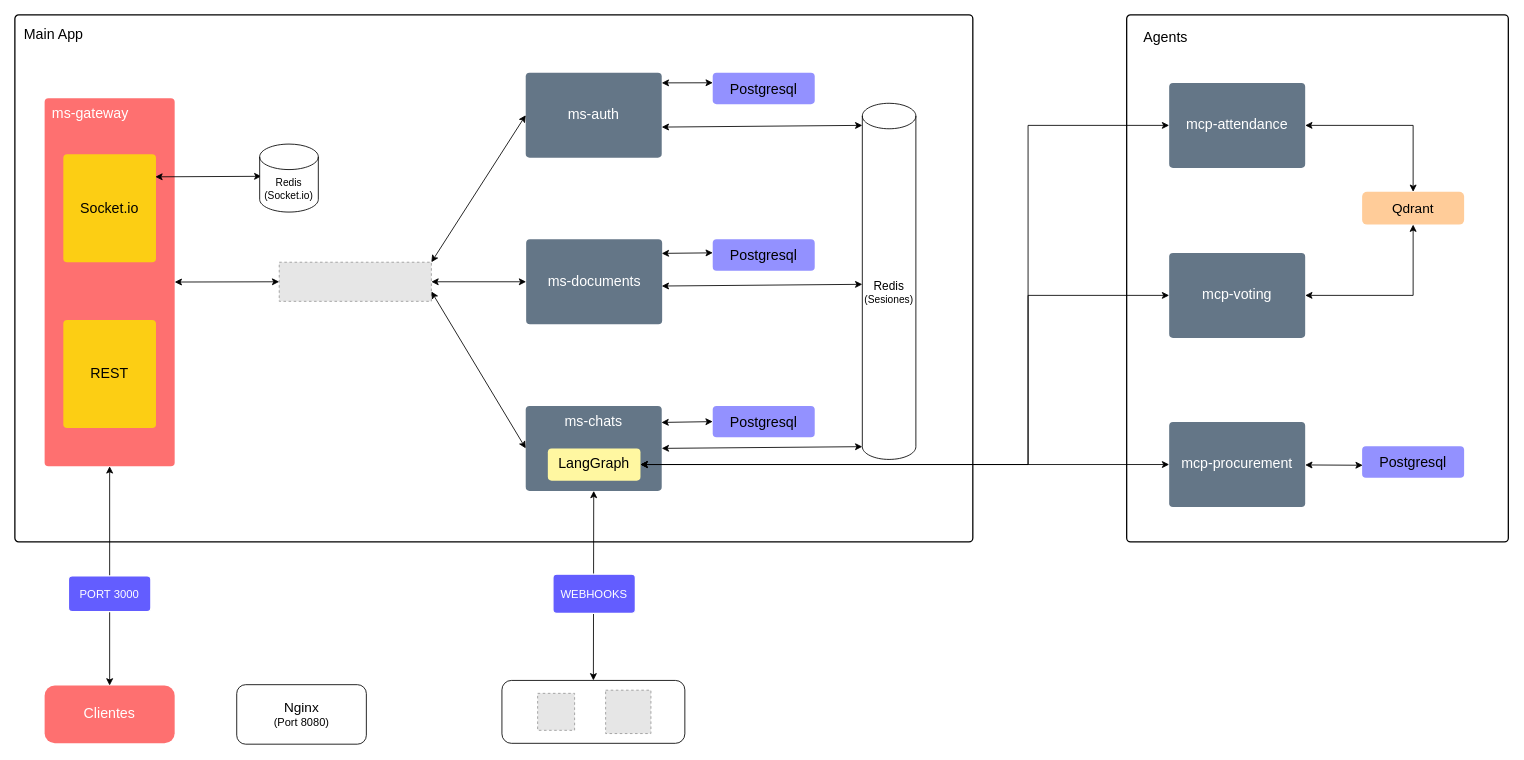
Above: others/architecture/z_redis.drawio in NahumFGz/tesismaestriauni-launcher (draw.io), before the change. Source tidied: cells renumbered, new cells numbered last; positions are measured from the earlier drawing's top-left corner, leaving out a move shared by most shapes. Both pictures are drawn from the tidied source at 85%, with x=0, y=0 at pixel (14, 14). Pictures stored in the file or linked from it are replaced by grey dashed boxes.
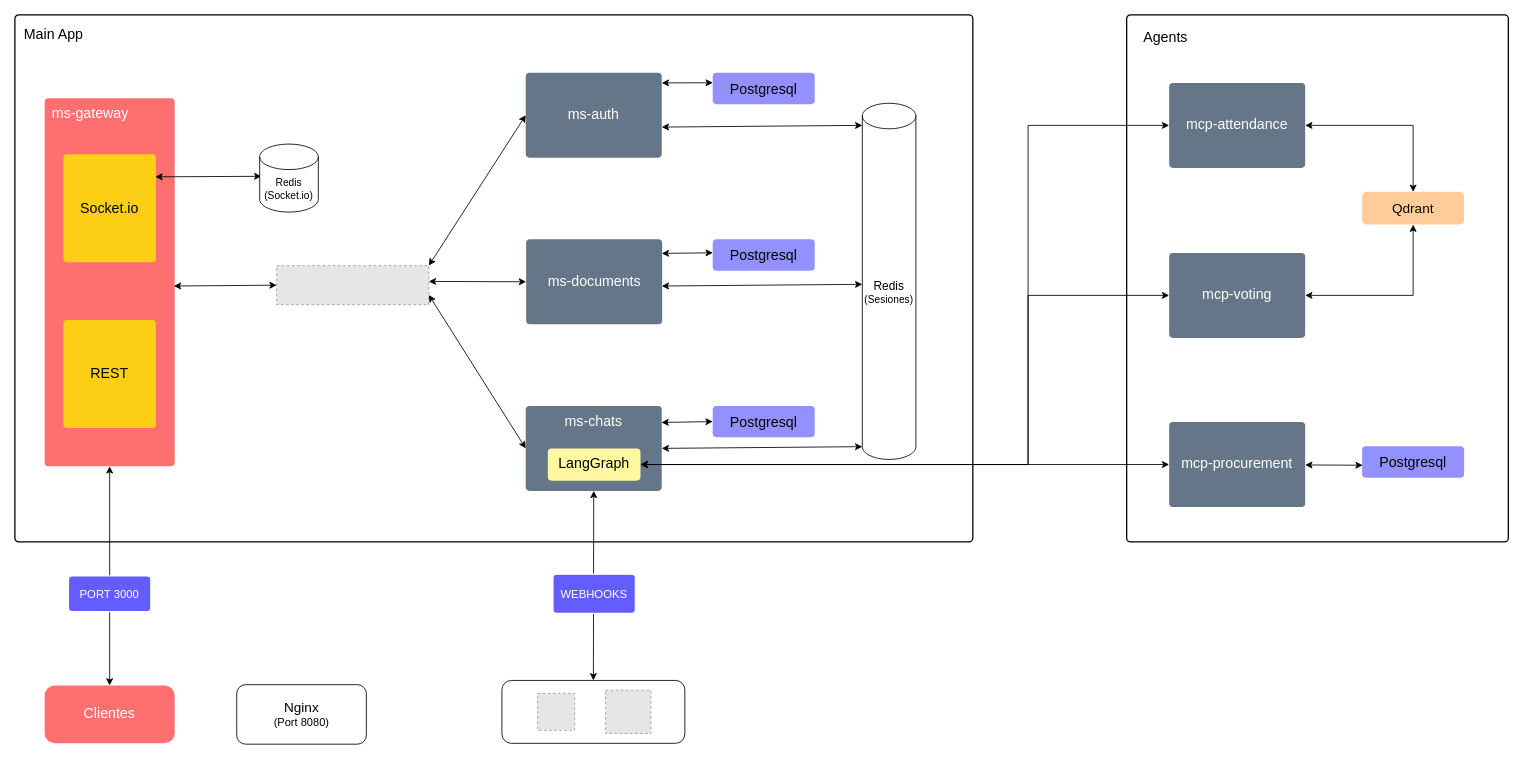
Above is the later version.

The change refers to these unchanged cells:
```xml
<mxCell id="7" value="ms-gateway" style="html=1;overflow=block;blockSpacing=1;whiteSpace=wrap;fontSize=16.7;fontColor=#ffffff;fontStyle=0;align=left;spacing=9;verticalAlign=top;strokeOpacity=0;fillOpacity=100;rounded=1;absoluteArcSize=1;arcSize=9;fillColor=#fe7070;strokeWidth=1.5;lucidId=-nLctIyqQpKD;" parent="1" vertex="1">
  <mxGeometry x="35" y="98" width="153" height="433" as="geometry" />
</mxCell>
<mxCell id="23" value="ms-documents" style="html=1;overflow=block;blockSpacing=1;whiteSpace=wrap;fontSize=16.7;fontColor=#ffffff;fontStyle=0;align=center;spacing=9;verticalAlign=middle;strokeOpacity=0;fillOpacity=100;rounded=1;absoluteArcSize=1;arcSize=9;fillColor=#647687;strokeWidth=1.5;lucidId=zFLcMGYKQzSj;strokeColor=#314354;" parent="1" vertex="1">
  <mxGeometry x="601.5" y="264" width="160" height="100" as="geometry" />
</mxCell>
```

The edit, as a diff of the source:
```diff
@@
     <mxCell id="25" style="fillColor=#E6E6E6;strokeColor=#999999;dashed=1;html=1;whiteSpace=wrap;fontSize=13;spacing=0;fontStyle=0;" parent="1" vertex="1">
-      <mxGeometry x="311" y="291" width="179" height="46" as="geometry" />
+      <mxGeometry x="308" y="295" width="179" height="46" as="geometry" />
     </mxCell>
-    <mxCell id="26" style="endArrow=classic;startArrow=classic;html=1;rounded=0;entryX=0;entryY=0.5;entryDx=0;entryDy=0;flowAnimation=1;" parent="1" edge="1" source="7" target="25">
-      <mxGeometry relative="1" as="geometry" />
+    <mxCell id="26" style="endArrow=classic;startArrow=classic;html=1;rounded=0;entryX=0;entryY=0.5;entryDx=0;entryDy=0;flowAnimation=1;" parent="1" edge="1" target="25">
+      <mxGeometry relative="1" as="geometry">
+        <mxPoint x="187" y="319" as="sourcePoint" />
+      </mxGeometry>
     </mxCell>
@@
-    <mxCell id="28" style="endArrow=classic;startArrow=classic;html=1;rounded=0;entryX=0;entryY=0.5;entryDx=0;entryDy=0;exitX=1;exitY=0.5;exitDx=0;exitDy=0;flowAnimation=1;" parent="1" edge="1" source="25" target="23">
+    <mxCell id="28" style="endArrow=classic;startArrow=classic;html=1;rounded=0;entryX=0;entryY=0.5;entryDx=0;entryDy=0;exitX=1;exitY=0.404;exitDx=0;exitDy=0;flowAnimation=1;exitPerimeter=0;" parent="1" edge="1" source="25" target="23">
       <mxGeometry relative="1" as="geometry" />
     </mxCell>
```
